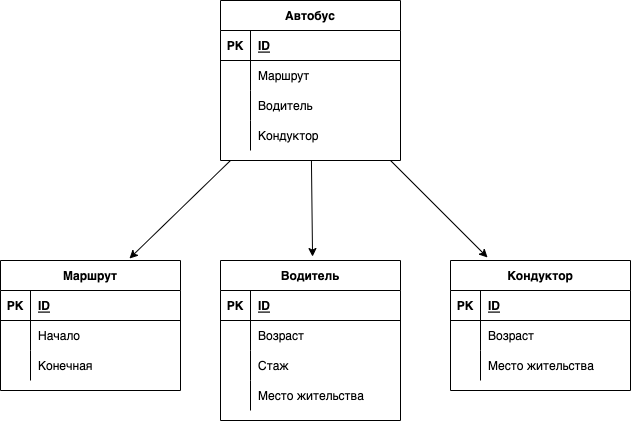
Above: Homework001/DZ1.drawio.png in DaniyalAhunov/BDGeekBrains (draw.io), before the change. Source tidied: cells renumbered, new cells last; positions are measured from the earlier drawing's top-left corner, leaving out a move shared by most shapes.
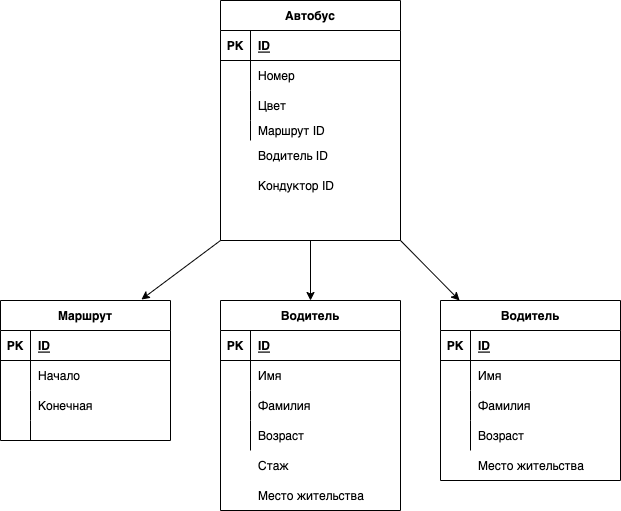
Later version of the same file.

Commit message:
исправил базу данных по переходу id

The edit, as a diff of the source:
```diff
@@ -2,18 +2,17 @@
   <root>
     <mxCell id="0" />
     <mxCell id="1" parent="0" />
-    <mxCell id="2" style="edgeStyle=none;html=1;entryX=0.419;entryY=-0.034;entryDx=0;entryDy=0;entryPerimeter=0;" parent="1" edge="1" source="4">
-      <mxGeometry relative="1" as="geometry">
-        <mxPoint x="312" y="256.1" as="targetPoint" />
-      </mxGeometry>
-    </mxCell>
-    <mxCell id="3" style="edgeStyle=none;html=1;entryX=0.169;entryY=-0.035;entryDx=0;entryDy=0;entryPerimeter=0;" parent="1" edge="1" source="4">
-      <mxGeometry relative="1" as="geometry">
-        <mxPoint x="487" y="257" as="targetPoint" />
-      </mxGeometry>
-    </mxCell>
+    <mxCell id="51" style="edgeStyle=none;html=1;entryX=0.5;entryY=0;entryDx=0;entryDy=0;" parent="1" edge="1" source="4" target="66">
+      <mxGeometry relative="1" as="geometry" />
+    </mxCell>
+    <mxCell id="52" style="edgeStyle=none;html=1;exitX=1;exitY=1;exitDx=0;exitDy=0;entryX=0.106;entryY=0;entryDx=0;entryDy=0;entryPerimeter=0;" parent="1" edge="1" source="4" target="80">
+      <mxGeometry relative="1" as="geometry" />
+    </mxCell>
+    <mxCell id="53" style="edgeStyle=none;html=1;entryX=0.829;entryY=-0.007;entryDx=0;entryDy=0;entryPerimeter=0;exitX=0;exitY=1;exitDx=0;exitDy=0;" parent="1" edge="1" source="4" target="41">
+      <mxGeometry relative="1" as="geometry" />
+    </mxCell>
     <mxCell id="4" value="Автобус" style="shape=table;startSize=30;rowLines=0;fontStyle=1;align=center;" parent="1" vertex="1">
-      <mxGeometry x="220" width="180" height="160" as="geometry" />
+      <mxGeometry x="220" y="-10" width="180" height="240" as="geometry" />
     </mxCell>
     <mxCell id="5" style="shape=partialRectangle;fillColor=none;top=0;left=0;bottom=1;right=0;" parent="4" vertex="1">
       <mxGeometry y="30" width="180" height="30" as="geometry" />
@@ -30,7 +29,7 @@
     <mxCell id="9" style="shape=partialRectangle;fillColor=none;top=0;left=0;bottom=0;right=0;overflow=hidden;" parent="8" vertex="1">
       <mxGeometry width="30" height="30" as="geometry" />
     </mxCell>
-    <mxCell id="10" value="Маршрут" style="shape=partialRectangle;fillColor=none;top=0;left=0;bottom=0;right=0;align=left;spacingLeft=6;overflow=hidden;" parent="8" vertex="1">
+    <mxCell id="10" value="Номер" style="shape=partialRectangle;fillColor=none;top=0;left=0;bottom=0;right=0;align=left;spacingLeft=6;overflow=hidden;" parent="8" vertex="1">
       <mxGeometry x="30" width="150" height="30" as="geometry" />
     </mxCell>
     <mxCell id="11" style="shape=partialRectangle;fillColor=none;top=0;left=0;bottom=0;right=0;" parent="4" vertex="1">
@@ -39,122 +38,149 @@
     <mxCell id="12" style="shape=partialRectangle;fillColor=none;top=0;left=0;bottom=0;right=0;overflow=hidden;" parent="11" vertex="1">
       <mxGeometry width="30" height="30" as="geometry" />
     </mxCell>
-    <mxCell id="13" value="Водитель" style="shape=partialRectangle;fillColor=none;top=0;left=0;bottom=0;right=0;align=left;spacingLeft=6;overflow=hidden;" parent="11" vertex="1">
+    <mxCell id="13" value="Цвет" style="shape=partialRectangle;fillColor=none;top=0;left=0;bottom=0;right=0;align=left;spacingLeft=6;overflow=hidden;" parent="11" vertex="1">
       <mxGeometry x="30" width="150" height="30" as="geometry" />
     </mxCell>
     <mxCell id="14" style="shape=partialRectangle;fillColor=none;top=0;left=0;bottom=0;right=0;" parent="4" vertex="1">
-      <mxGeometry y="120" width="180" height="30" as="geometry" />
+      <mxGeometry y="120" width="180" height="20" as="geometry" />
     </mxCell>
     <mxCell id="15" style="shape=partialRectangle;fillColor=none;top=0;left=0;bottom=0;right=0;overflow=hidden;" parent="14" vertex="1">
-      <mxGeometry width="30" height="30" as="geometry" />
+      <mxGeometry width="30" height="20" as="geometry" />
     </mxCell>
-    <mxCell id="16" value="Кондуктор" style="shape=partialRectangle;fillColor=none;top=0;left=0;bottom=0;right=0;align=left;spacingLeft=6;overflow=hidden;" parent="14" vertex="1">
-      <mxGeometry x="30" width="150" height="30" as="geometry" />
+    <mxCell id="16" value="Маршрут ID" style="shape=partialRectangle;fillColor=none;top=0;left=0;bottom=0;right=0;align=left;spacingLeft=6;overflow=hidden;" parent="14" vertex="1">
+      <mxGeometry x="30" width="150" height="20" as="geometry" />
     </mxCell>
-    <mxCell id="17" style="edgeStyle=none;html=1;entryX=0.556;entryY=-0.023;entryDx=0;entryDy=0;entryPerimeter=0;" parent="1" edge="1">
-      <mxGeometry relative="1" as="geometry">
-        <mxPoint x="230" y="160" as="sourcePoint" />
-        <mxPoint x="129" y="258" as="targetPoint" />
-      </mxGeometry>
-    </mxCell>
-    <mxCell id="18" value="Кондуктор" style="shape=table;startSize=30;rowLines=0;fontStyle=1;align=center;" parent="1" vertex="1">
-      <mxGeometry x="450" y="260" width="180" height="130" as="geometry" />
-    </mxCell>
-    <mxCell id="19" style="shape=partialRectangle;fillColor=none;top=0;left=0;bottom=1;right=0;" parent="18" vertex="1">
-      <mxGeometry y="30" width="180" height="30" as="geometry" />
-    </mxCell>
-    <mxCell id="20" value="PK" style="shape=partialRectangle;fillColor=none;top=0;left=0;bottom=0;right=0;fontStyle=1;overflow=hidden;" parent="19" vertex="1">
-      <mxGeometry width="30" height="30" as="geometry" />
-    </mxCell>
-    <mxCell id="21" value="ID" style="shape=partialRectangle;fillColor=none;top=0;left=0;bottom=0;right=0;align=left;spacingLeft=6;fontStyle=5;overflow=hidden;" parent="19" vertex="1">
-      <mxGeometry x="30" width="150" height="30" as="geometry" />
-    </mxCell>
-    <mxCell id="22" style="shape=partialRectangle;fillColor=none;top=0;left=0;bottom=0;right=0;" parent="18" vertex="1">
-      <mxGeometry y="60" width="180" height="30" as="geometry" />
-    </mxCell>
-    <mxCell id="23" style="shape=partialRectangle;fillColor=none;top=0;left=0;bottom=0;right=0;overflow=hidden;" parent="22" vertex="1">
-      <mxGeometry width="30" height="30" as="geometry" />
-    </mxCell>
-    <mxCell id="24" value="Возраст" style="shape=partialRectangle;fillColor=none;top=0;left=0;bottom=0;right=0;align=left;spacingLeft=6;overflow=hidden;" parent="22" vertex="1">
-      <mxGeometry x="30" width="150" height="30" as="geometry" />
-    </mxCell>
-    <mxCell id="25" style="shape=partialRectangle;fillColor=none;top=0;left=0;bottom=0;right=0;" parent="18" vertex="1">
-      <mxGeometry y="90" width="180" height="30" as="geometry" />
-    </mxCell>
-    <mxCell id="26" style="shape=partialRectangle;fillColor=none;top=0;left=0;bottom=0;right=0;overflow=hidden;" parent="25" vertex="1">
-      <mxGeometry width="30" height="30" as="geometry" />
-    </mxCell>
-    <mxCell id="27" value="Место жительства" style="shape=partialRectangle;fillColor=none;top=0;left=0;bottom=0;right=0;align=left;spacingLeft=6;overflow=hidden;" parent="25" vertex="1">
-      <mxGeometry x="30" width="150" height="30" as="geometry" />
-    </mxCell>
-    <mxCell id="28" value="Водитель" style="shape=table;startSize=30;rowLines=0;fontStyle=1;align=center;" parent="1" vertex="1">
-      <mxGeometry x="220" y="260" width="180" height="160" as="geometry" />
-    </mxCell>
-    <mxCell id="29" style="shape=partialRectangle;fillColor=none;top=0;left=0;bottom=1;right=0;" parent="28" vertex="1">
-      <mxGeometry y="30" width="180" height="30" as="geometry" />
-    </mxCell>
-    <mxCell id="30" value="PK" style="shape=partialRectangle;fillColor=none;top=0;left=0;bottom=0;right=0;fontStyle=1;overflow=hidden;" parent="29" vertex="1">
-      <mxGeometry width="30" height="30" as="geometry" />
-    </mxCell>
-    <mxCell id="31" value="ID" style="shape=partialRectangle;fillColor=none;top=0;left=0;bottom=0;right=0;align=left;spacingLeft=6;fontStyle=5;overflow=hidden;" parent="29" vertex="1">
-      <mxGeometry x="30" width="150" height="30" as="geometry" />
-    </mxCell>
-    <mxCell id="32" style="shape=partialRectangle;fillColor=none;top=0;left=0;bottom=0;right=0;" parent="28" vertex="1">
-      <mxGeometry y="60" width="180" height="30" as="geometry" />
-    </mxCell>
-    <mxCell id="33" style="shape=partialRectangle;fillColor=none;top=0;left=0;bottom=0;right=0;overflow=hidden;" parent="32" vertex="1">
-      <mxGeometry width="30" height="30" as="geometry" />
-    </mxCell>
-    <mxCell id="34" value="Возраст" style="shape=partialRectangle;fillColor=none;top=0;left=0;bottom=0;right=0;align=left;spacingLeft=6;overflow=hidden;" parent="32" vertex="1">
-      <mxGeometry x="30" width="150" height="30" as="geometry" />
-    </mxCell>
-    <mxCell id="35" style="shape=partialRectangle;fillColor=none;top=0;left=0;bottom=0;right=0;" parent="28" vertex="1">
-      <mxGeometry y="90" width="180" height="30" as="geometry" />
-    </mxCell>
-    <mxCell id="36" style="shape=partialRectangle;fillColor=none;top=0;left=0;bottom=0;right=0;overflow=hidden;" parent="35" vertex="1">
-      <mxGeometry width="30" height="30" as="geometry" />
-    </mxCell>
+    <mxCell id="54" value="Водитель ID" style="shape=partialRectangle;fillColor=none;top=0;left=0;bottom=0;right=0;align=left;spacingLeft=6;overflow=hidden;" parent="1" vertex="1">
+      <mxGeometry x="250" y="130" width="150" height="30" as="geometry" />
+    </mxCell>
+    <mxCell id="55" value="Кондуктор ID" style="shape=partialRectangle;fillColor=none;top=0;left=0;bottom=0;right=0;align=left;spacingLeft=6;overflow=hidden;" parent="1" vertex="1">
+      <mxGeometry x="250" y="160" width="150" height="30" as="geometry" />
+    </mxCell>
+    <mxCell id="41" value="Маршрут" style="shape=table;startSize=30;rowLines=0;fontStyle=1;align=center;" parent="1" vertex="1">
+      <mxGeometry y="290" width="170" height="140" as="geometry" />
+    </mxCell>
+    <mxCell id="56" style="shape=partialRectangle;fillColor=none;top=0;left=0;bottom=1;right=0;" parent="41" vertex="1">
+      <mxGeometry y="30" width="170" height="30" as="geometry" />
+    </mxCell>
+    <mxCell id="57" value="PK" style="shape=partialRectangle;fillColor=none;top=0;left=0;bottom=0;right=0;fontStyle=1;overflow=hidden;" parent="56" vertex="1">
+      <mxGeometry width="30" height="30" as="geometry" />
+    </mxCell>
+    <mxCell id="58" value="ID" style="shape=partialRectangle;fillColor=none;top=0;left=0;bottom=0;right=0;align=left;spacingLeft=6;fontStyle=5;overflow=hidden;" parent="56" vertex="1">
+      <mxGeometry x="30" width="140" height="30" as="geometry" />
+    </mxCell>
+    <mxCell id="59" style="shape=partialRectangle;fillColor=none;top=0;left=0;bottom=0;right=0;" parent="41" vertex="1">
+      <mxGeometry y="60" width="170" height="30" as="geometry" />
+    </mxCell>
+    <mxCell id="60" style="shape=partialRectangle;fillColor=none;top=0;left=0;bottom=0;right=0;overflow=hidden;" parent="59" vertex="1">
+      <mxGeometry width="30" height="30" as="geometry" />
+    </mxCell>
+    <mxCell id="47" value="Начало" style="shape=partialRectangle;fillColor=none;top=0;left=0;bottom=0;right=0;align=left;spacingLeft=6;overflow=hidden;" parent="59" vertex="1">
+      <mxGeometry x="30" width="140" height="30" as="geometry" />
+    </mxCell>
+    <mxCell id="61" style="shape=partialRectangle;fillColor=none;top=0;left=0;bottom=0;right=0;" parent="41" vertex="1">
+      <mxGeometry y="90" width="170" height="30" as="geometry" />
+    </mxCell>
+    <mxCell id="62" style="shape=partialRectangle;fillColor=none;top=0;left=0;bottom=0;right=0;overflow=hidden;" parent="61" vertex="1">
+      <mxGeometry width="30" height="30" as="geometry" />
+    </mxCell>
+    <mxCell id="50" value="Конечная" style="shape=partialRectangle;fillColor=none;top=0;left=0;bottom=0;right=0;align=left;spacingLeft=6;overflow=hidden;" parent="61" vertex="1">
+      <mxGeometry x="30" width="140" height="30" as="geometry" />
+    </mxCell>
+    <mxCell id="63" style="shape=partialRectangle;fillColor=none;top=0;left=0;bottom=0;right=0;" parent="41" vertex="1">
+      <mxGeometry y="120" width="170" height="20" as="geometry" />
+    </mxCell>
+    <mxCell id="64" style="shape=partialRectangle;fillColor=none;top=0;left=0;bottom=0;right=0;overflow=hidden;" parent="63" vertex="1">
+      <mxGeometry width="30" height="20" as="geometry" />
+    </mxCell>
+    <mxCell id="65" style="shape=partialRectangle;fillColor=none;top=0;left=0;bottom=0;right=0;align=left;spacingLeft=6;overflow=hidden;" parent="63" vertex="1">
+      <mxGeometry x="30" width="140" height="20" as="geometry" />
+    </mxCell>
+    <mxCell id="66" value="Водитель" style="shape=table;startSize=30;rowLines=0;fontStyle=1;align=center;" parent="1" vertex="1">
+      <mxGeometry x="220" y="290" width="180" height="210" as="geometry" />
+    </mxCell>
+    <mxCell id="67" style="shape=partialRectangle;fillColor=none;top=0;left=0;bottom=1;right=0;" parent="66" vertex="1">
+      <mxGeometry y="30" width="180" height="30" as="geometry" />
+    </mxCell>
+    <mxCell id="68" value="PK" style="shape=partialRectangle;fillColor=none;top=0;left=0;bottom=0;right=0;fontStyle=1;overflow=hidden;" parent="67" vertex="1">
+      <mxGeometry width="30" height="30" as="geometry" />
+    </mxCell>
+    <mxCell id="69" value="ID" style="shape=partialRectangle;fillColor=none;top=0;left=0;bottom=0;right=0;align=left;spacingLeft=6;fontStyle=5;overflow=hidden;" parent="67" vertex="1">
+      <mxGeometry x="30" width="150" height="30" as="geometry" />
+    </mxCell>
+    <mxCell id="70" style="shape=partialRectangle;fillColor=none;top=0;left=0;bottom=0;right=0;" parent="66" vertex="1">
+      <mxGeometry y="60" width="180" height="30" as="geometry" />
+    </mxCell>
+    <mxCell id="71" style="shape=partialRectangle;fillColor=none;top=0;left=0;bottom=0;right=0;overflow=hidden;" parent="70" vertex="1">
+      <mxGeometry width="30" height="30" as="geometry" />
+    </mxCell>
+    <mxCell id="72" value="Имя" style="shape=partialRectangle;fillColor=none;top=0;left=0;bottom=0;right=0;align=left;spacingLeft=6;overflow=hidden;" parent="70" vertex="1">
+      <mxGeometry x="30" width="150" height="30" as="geometry" />
+    </mxCell>
+    <mxCell id="73" style="shape=partialRectangle;fillColor=none;top=0;left=0;bottom=0;right=0;" parent="66" vertex="1">
+      <mxGeometry y="90" width="180" height="30" as="geometry" />
+    </mxCell>
+    <mxCell id="74" style="shape=partialRectangle;fillColor=none;top=0;left=0;bottom=0;right=0;overflow=hidden;" parent="73" vertex="1">
+      <mxGeometry width="30" height="30" as="geometry" />
+    </mxCell>
+    <mxCell id="75" value="Фамилия" style="shape=partialRectangle;fillColor=none;top=0;left=0;bottom=0;right=0;align=left;spacingLeft=6;overflow=hidden;" parent="73" vertex="1">
+      <mxGeometry x="30" width="150" height="30" as="geometry" />
+    </mxCell>
+    <mxCell id="76" style="shape=partialRectangle;fillColor=none;top=0;left=0;bottom=0;right=0;" parent="66" vertex="1">
+      <mxGeometry y="120" width="180" height="30" as="geometry" />
+    </mxCell>
+    <mxCell id="77" style="shape=partialRectangle;fillColor=none;top=0;left=0;bottom=0;right=0;overflow=hidden;" parent="76" vertex="1">
+      <mxGeometry width="30" height="30" as="geometry" />
+    </mxCell>
+    <mxCell id="78" value="Возраст" style="shape=partialRectangle;fillColor=none;top=0;left=0;bottom=0;right=0;align=left;spacingLeft=6;overflow=hidden;" parent="76" vertex="1">
+      <mxGeometry x="30" width="150" height="30" as="geometry" />
+    </mxCell>
-    <mxCell id="37" value="Стаж" style="shape=partialRectangle;fillColor=none;top=0;left=0;bottom=0;right=0;align=left;spacingLeft=6;overflow=hidden;" parent="35" vertex="1">
-      <mxGeometry x="30" width="150" height="30" as="geometry" />
+    <mxCell id="37" value="Стаж" style="shape=partialRectangle;fillColor=none;top=0;left=0;bottom=0;right=0;align=left;spacingLeft=6;overflow=hidden;" parent="1" vertex="1">
+      <mxGeometry x="250" y="440" width="150" height="30" as="geometry" />
     </mxCell>
-    <mxCell id="38" style="shape=partialRectangle;fillColor=none;top=0;left=0;bottom=0;right=0;" parent="28" vertex="1">
-      <mxGeometry y="120" width="180" height="30" as="geometry" />
-    </mxCell>
-    <mxCell id="39" style="shape=partialRectangle;fillColor=none;top=0;left=0;bottom=0;right=0;overflow=hidden;" parent="38" vertex="1">
-      <mxGeometry width="30" height="30" as="geometry" />
-    </mxCell>
-    <mxCell id="40" value="Место жительства" style="shape=partialRectangle;fillColor=none;top=0;left=0;bottom=0;right=0;align=left;spacingLeft=6;overflow=hidden;" parent="38" vertex="1">
-      <mxGeometry x="30" width="150" height="30" as="geometry" />
-    </mxCell>
-    <mxCell id="41" value="Маршрут" style="shape=table;startSize=30;rowLines=0;fontStyle=1;align=center;" parent="1" vertex="1">
-      <mxGeometry y="260" width="180" height="130" as="geometry" />
-    </mxCell>
-    <mxCell id="42" style="shape=partialRectangle;fillColor=none;top=0;left=0;bottom=1;right=0;" parent="41" vertex="1">
-      <mxGeometry y="30" width="180" height="30" as="geometry" />
-    </mxCell>
-    <mxCell id="43" value="PK" style="shape=partialRectangle;fillColor=none;top=0;left=0;bottom=0;right=0;fontStyle=1;overflow=hidden;" parent="42" vertex="1">
-      <mxGeometry width="30" height="30" as="geometry" />
-    </mxCell>
-    <mxCell id="44" value="ID" style="shape=partialRectangle;fillColor=none;top=0;left=0;bottom=0;right=0;align=left;spacingLeft=6;fontStyle=5;overflow=hidden;" parent="42" vertex="1">
-      <mxGeometry x="30" width="150" height="30" as="geometry" />
-    </mxCell>
-    <mxCell id="45" style="shape=partialRectangle;fillColor=none;top=0;left=0;bottom=0;right=0;" parent="41" vertex="1">
-      <mxGeometry y="60" width="180" height="30" as="geometry" />
-    </mxCell>
-    <mxCell id="46" style="shape=partialRectangle;fillColor=none;top=0;left=0;bottom=0;right=0;overflow=hidden;" parent="45" vertex="1">
-      <mxGeometry width="30" height="30" as="geometry" />
-    </mxCell>
-    <mxCell id="47" value="Начало" style="shape=partialRectangle;fillColor=none;top=0;left=0;bottom=0;right=0;align=left;spacingLeft=6;overflow=hidden;" parent="45" vertex="1">
-      <mxGeometry x="30" width="150" height="30" as="geometry" />
-    </mxCell>
-    <mxCell id="48" style="shape=partialRectangle;fillColor=none;top=0;left=0;bottom=0;right=0;" parent="41" vertex="1">
-      <mxGeometry y="90" width="180" height="30" as="geometry" />
-    </mxCell>
-    <mxCell id="49" style="shape=partialRectangle;fillColor=none;top=0;left=0;bottom=0;right=0;overflow=hidden;" parent="48" vertex="1">
-      <mxGeometry width="30" height="30" as="geometry" />
-    </mxCell>
-    <mxCell id="50" value="Конечная" style="shape=partialRectangle;fillColor=none;top=0;left=0;bottom=0;right=0;align=left;spacingLeft=6;overflow=hidden;" parent="48" vertex="1">
-      <mxGeometry x="30" width="150" height="30" as="geometry" />
-    </mxCell>
+    <mxCell id="79" value="Место жительства" style="shape=partialRectangle;fillColor=none;top=0;left=0;bottom=0;right=0;align=left;spacingLeft=6;overflow=hidden;" parent="1" vertex="1">
+      <mxGeometry x="250" y="470" width="150" height="30" as="geometry" />
+    </mxCell>
+    <mxCell id="80" value="Водитель" style="shape=table;startSize=30;rowLines=0;fontStyle=1;align=center;" parent="1" vertex="1">
+      <mxGeometry x="440" y="290" width="180" height="180" as="geometry" />
+    </mxCell>
+    <mxCell id="81" style="shape=partialRectangle;fillColor=none;top=0;left=0;bottom=1;right=0;" parent="80" vertex="1">
+      <mxGeometry y="30" width="180" height="30" as="geometry" />
+    </mxCell>
+    <mxCell id="82" value="PK" style="shape=partialRectangle;fillColor=none;top=0;left=0;bottom=0;right=0;fontStyle=1;overflow=hidden;" parent="81" vertex="1">
+      <mxGeometry width="30" height="30" as="geometry" />
+    </mxCell>
+    <mxCell id="83" value="ID" style="shape=partialRectangle;fillColor=none;top=0;left=0;bottom=0;right=0;align=left;spacingLeft=6;fontStyle=5;overflow=hidden;" parent="81" vertex="1">
+      <mxGeometry x="30" width="150" height="30" as="geometry" />
+    </mxCell>
+    <mxCell id="84" style="shape=partialRectangle;fillColor=none;top=0;left=0;bottom=0;right=0;" parent="80" vertex="1">
+      <mxGeometry y="60" width="180" height="30" as="geometry" />
+    </mxCell>
+    <mxCell id="85" style="shape=partialRectangle;fillColor=none;top=0;left=0;bottom=0;right=0;overflow=hidden;" parent="84" vertex="1">
+      <mxGeometry width="30" height="30" as="geometry" />
+    </mxCell>
+    <mxCell id="86" value="Имя" style="shape=partialRectangle;fillColor=none;top=0;left=0;bottom=0;right=0;align=left;spacingLeft=6;overflow=hidden;" parent="84" vertex="1">
+      <mxGeometry x="30" width="150" height="30" as="geometry" />
+    </mxCell>
+    <mxCell id="87" style="shape=partialRectangle;fillColor=none;top=0;left=0;bottom=0;right=0;" parent="80" vertex="1">
+      <mxGeometry y="90" width="180" height="30" as="geometry" />
+    </mxCell>
+    <mxCell id="88" style="shape=partialRectangle;fillColor=none;top=0;left=0;bottom=0;right=0;overflow=hidden;" parent="87" vertex="1">
+      <mxGeometry width="30" height="30" as="geometry" />
+    </mxCell>
+    <mxCell id="89" value="Фамилия" style="shape=partialRectangle;fillColor=none;top=0;left=0;bottom=0;right=0;align=left;spacingLeft=6;overflow=hidden;" parent="87" vertex="1">
+      <mxGeometry x="30" width="150" height="30" as="geometry" />
+    </mxCell>
+    <mxCell id="90" style="shape=partialRectangle;fillColor=none;top=0;left=0;bottom=0;right=0;" parent="80" vertex="1">
+      <mxGeometry y="120" width="180" height="30" as="geometry" />
+    </mxCell>
+    <mxCell id="91" style="shape=partialRectangle;fillColor=none;top=0;left=0;bottom=0;right=0;overflow=hidden;" parent="90" vertex="1">
+      <mxGeometry width="30" height="30" as="geometry" />
+    </mxCell>
+    <mxCell id="92" value="Возраст" style="shape=partialRectangle;fillColor=none;top=0;left=0;bottom=0;right=0;align=left;spacingLeft=6;overflow=hidden;" parent="90" vertex="1">
+      <mxGeometry x="30" width="150" height="30" as="geometry" />
+    </mxCell>
+    <mxCell id="93" value="Место жительства" style="shape=partialRectangle;fillColor=none;top=0;left=0;bottom=0;right=0;align=left;spacingLeft=6;overflow=hidden;" parent="1" vertex="1">
+      <mxGeometry x="470" y="440" width="150" height="30" as="geometry" />
+    </mxCell>
   </root>
 </mxGraphModel>
```
